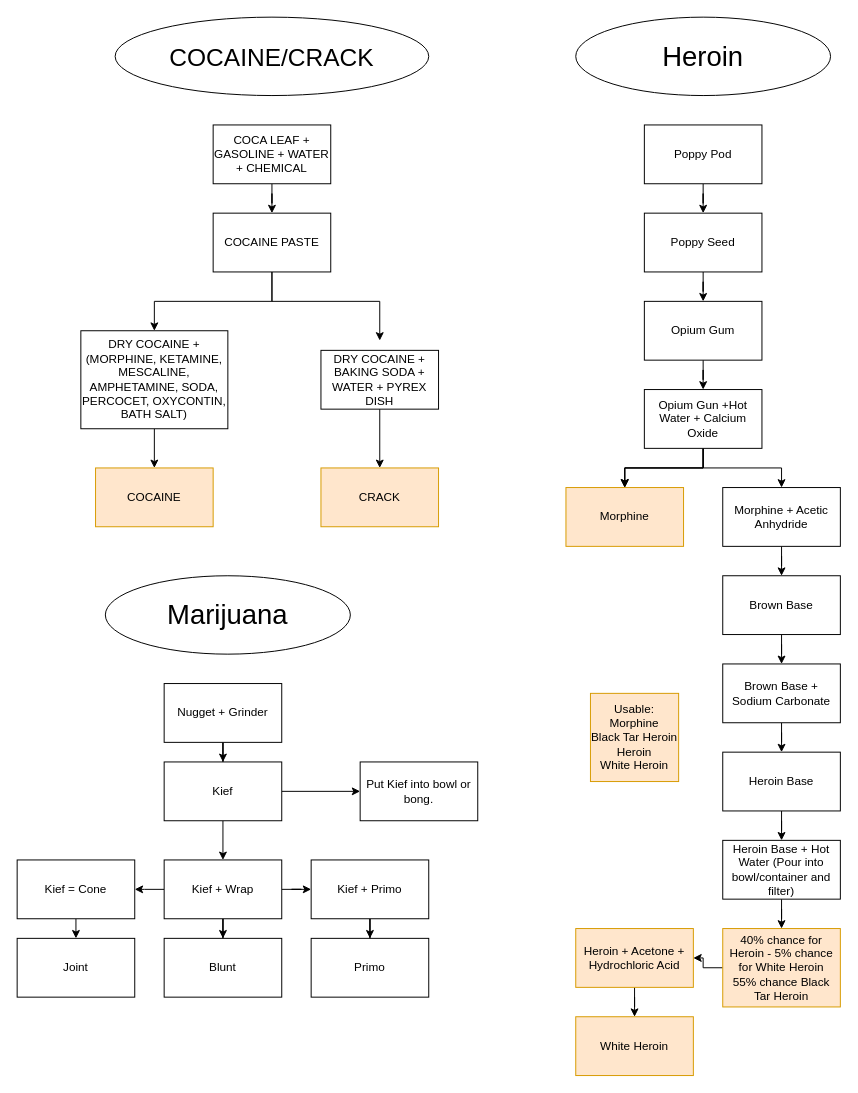
Above: Untitled Diagram.drawio in kloudxmurder/flowchart (draw.io), before the change. Source tidied: cells renumbered, new cells numbered last; positions are measured from the earlier drawing's top-left corner, leaving out a move shared by most shapes. Both pictures are drawn from the tidied source at 98%, with x=0, y=0 at pixel (17, 17).
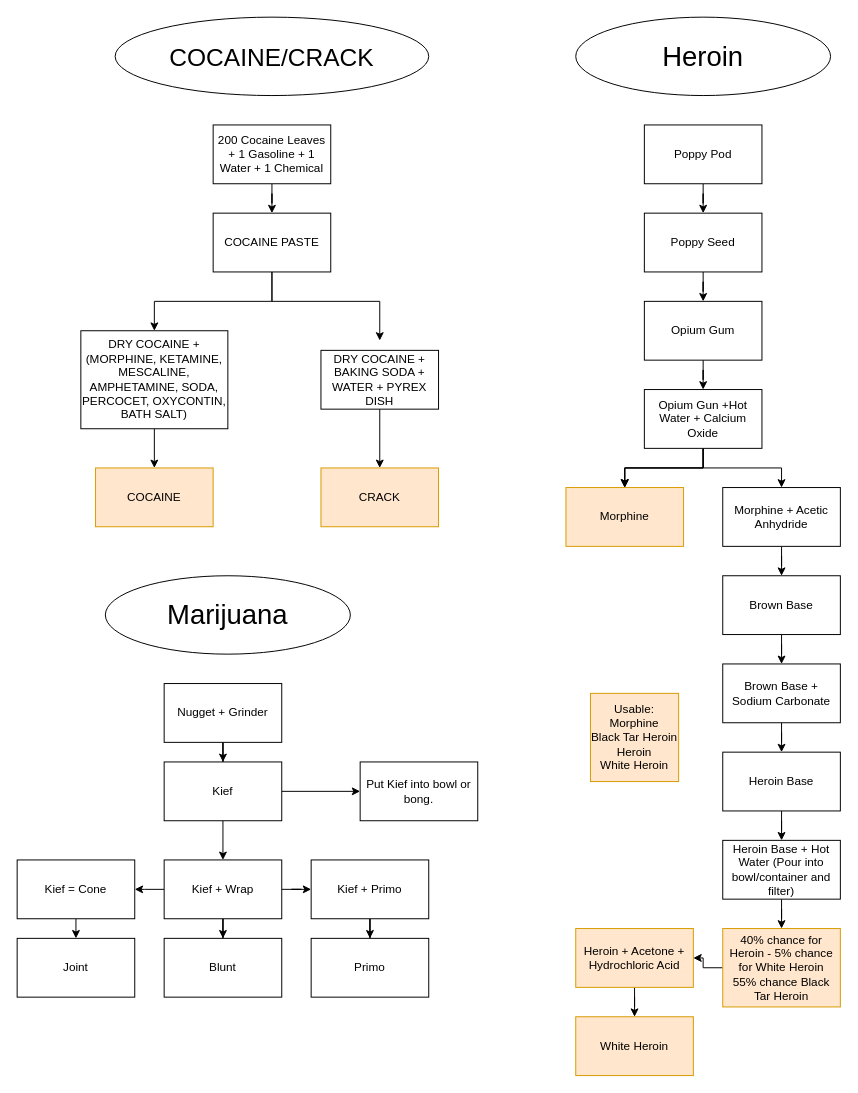
The same diagram, later.

Diff of the diagram source:
```diff
@@
-    <mxCell id="3" value="COCA LEAF + GASOLINE + WATER + CHEMICAL" style="rounded=0;whiteSpace=wrap;html=1;" parent="1" vertex="1">
+    <mxCell id="3" value="200 Cocaine Leaves + 1 Gasoline + 1 Water + 1 Chemical" style="rounded=0;whiteSpace=wrap;html=1;" parent="1" vertex="1">
       <mxGeometry x="200" y="110" width="120" height="60" as="geometry" />
     </mxCell>
```
